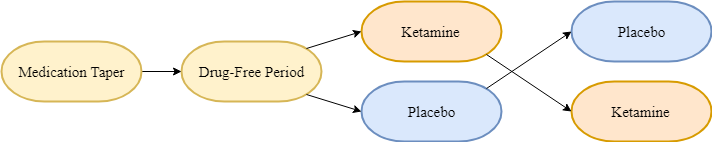
Above: Diagram of KETPLC.png in linneasf/jupyter (draw.io), before the change. Source tidied: cells renumbered, new cells last; positions are measured from the earlier drawing's top-left corner, leaving out a move shared by most shapes.
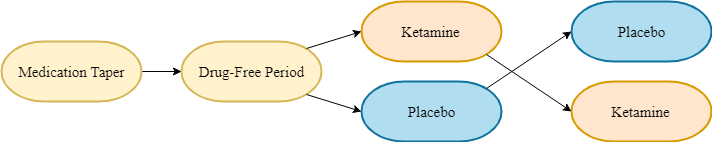
After the commit.

Change to the diagram source:
```diff
@@ -14,13 +14,13 @@
     <mxCell id="5" value="&lt;span style=&quot;font-size: 15px&quot;&gt;Ketamine&lt;/span&gt;" style="strokeWidth=2;html=1;shape=mxgraph.flowchart.terminator;whiteSpace=wrap;fillColor=#ffe6cc;strokeColor=#d79b00;fontFamily=maple;" parent="1" vertex="1">
       <mxGeometry x="360" width="140" height="60" as="geometry" />
     </mxCell>
-    <mxCell id="6" value="&lt;span style=&quot;font-size: 15px&quot;&gt;Placebo&lt;/span&gt;" style="strokeWidth=2;html=1;shape=mxgraph.flowchart.terminator;whiteSpace=wrap;fillColor=#dae8fc;strokeColor=#6c8ebf;fontFamily=maple;" parent="1" vertex="1">
+    <mxCell id="6" value="&lt;span style=&quot;font-size: 15px&quot;&gt;Placebo&lt;/span&gt;" style="strokeWidth=2;html=1;shape=mxgraph.flowchart.terminator;whiteSpace=wrap;fillColor=#b1ddf0;strokeColor=#10739e;fontFamily=maple;" parent="1" vertex="1">
       <mxGeometry x="360" y="80" width="140" height="60" as="geometry" />
     </mxCell>
     <mxCell id="7" value="&lt;span style=&quot;font-size: 15px&quot;&gt;Ketamine&lt;br&gt;&lt;/span&gt;" style="strokeWidth=2;html=1;shape=mxgraph.flowchart.terminator;whiteSpace=wrap;fillColor=#ffe6cc;strokeColor=#d79b00;fontFamily=maple;" parent="1" vertex="1">
       <mxGeometry x="570" y="80" width="140" height="60" as="geometry" />
     </mxCell>
-    <mxCell id="8" value="&lt;span style=&quot;font-size: 15px&quot;&gt;Placebo&lt;/span&gt;" style="strokeWidth=2;html=1;shape=mxgraph.flowchart.terminator;whiteSpace=wrap;fillColor=#dae8fc;strokeColor=#6c8ebf;fontFamily=maple;" parent="1" vertex="1">
+    <mxCell id="8" value="&lt;span style=&quot;font-size: 15px&quot;&gt;Placebo&lt;/span&gt;" style="strokeWidth=2;html=1;shape=mxgraph.flowchart.terminator;whiteSpace=wrap;fillColor=#b1ddf0;strokeColor=#10739e;fontFamily=maple;" parent="1" vertex="1">
       <mxGeometry x="570" width="140" height="60" as="geometry" />
     </mxCell>
     <mxCell id="9" style="endArrow=classic;html=1;fontColor=#000000;exitX=0.89;exitY=0.11;exitDx=0;exitDy=0;exitPerimeter=0;entryX=0;entryY=0.5;entryDx=0;entryDy=0;entryPerimeter=0;" parent="1" edge="1" source="6" target="8">
```
